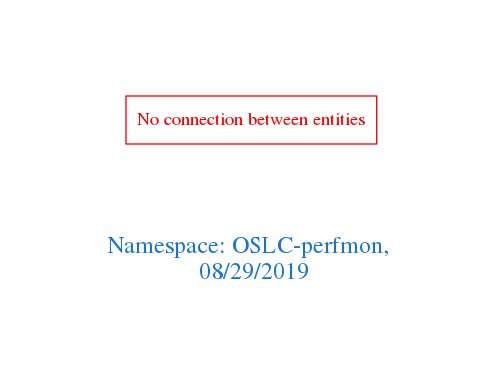
Above: downloads/OSLC-perfmon.png in arago/OGIT (Graphviz), before the change. Its source is kept beside it as downloads/OSLC-perfmon.dot.
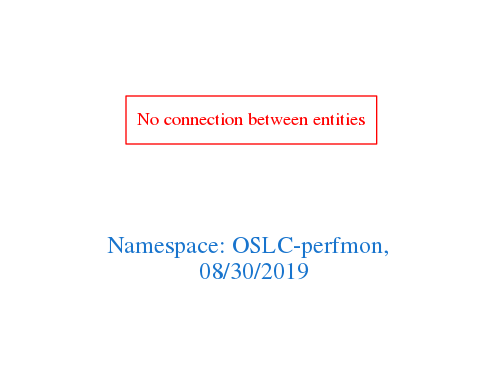
The same diagram one commit later.

Change to the diagram source:
```diff
@@ -1,7 +1,7 @@
 digraph OGIT_ontology {
  graph [ rankdir= LR,pad=1
 fontsize = 18,
-fontcolor= dodgerblue3,label = "\n\n\nNamespace: OSLC-perfmon, \n 08/29/2019"];
+fontcolor= dodgerblue3,label = "\n\n\nNamespace: OSLC-perfmon, \n 08/30/2019"];
 node[shape=polygon];
 edge [  color="gray81"];
 
```
